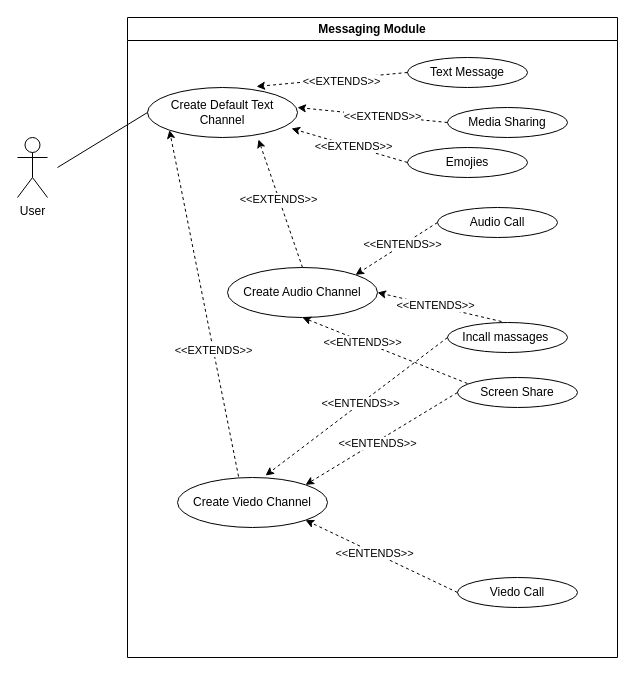
The draw.io diagram Usecase Diagram/Messaging Module.drawio in Harshul1484/BMP-, before the edit. Source tidied: cells renumbered, new cells numbered last; positions are measured from the earlier drawing's top-left corner, leaving out a move shared by most shapes. Both pictures are drawn from the tidied source at 100%, with x=0, y=0 at pixel (17, 17).
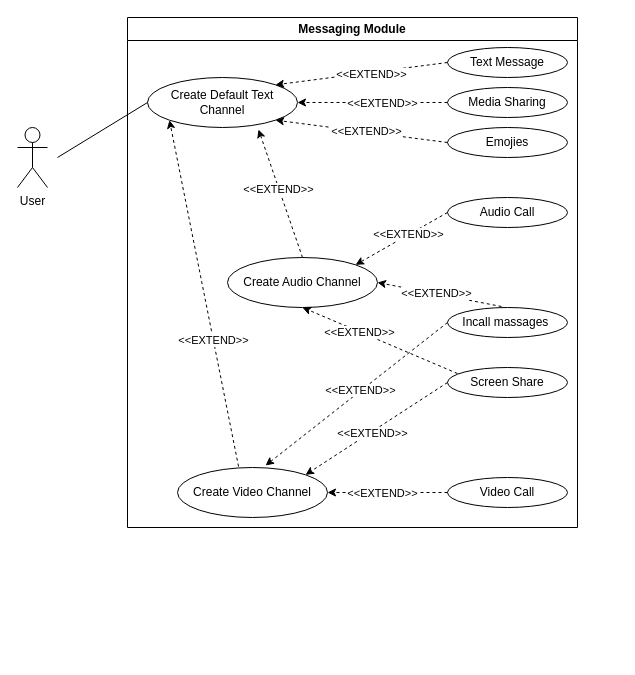
The same diagram, later.

The change refers to these unchanged cells:
```xml
<mxCell id="19" style="endArrow=classic;html=1;rounded=0;exitX=0;exitY=0.5;exitDx=0;exitDy=0;entryX=1;entryY=0;entryDx=0;entryDy=0;dashed=1;" parent="2" edge="1" source="9" target="7">
  <mxGeometry relative="1" as="geometry" />
</mxCell>
<mxCell id="21" style="endArrow=classic;html=1;rounded=0;exitX=0.45;exitY=-0.033;exitDx=0;exitDy=0;exitPerimeter=0;entryX=1;entryY=0.5;entryDx=0;entryDy=0;dashed=1;" parent="2" edge="1" source="10" target="7">
  <mxGeometry relative="1" as="geometry" />
</mxCell>
<mxCell id="23" style="endArrow=classic;html=1;rounded=0;exitX=0;exitY=0.5;exitDx=0;exitDy=0;entryX=0.587;entryY=-0.04;entryDx=0;entryDy=0;entryPerimeter=0;dashed=1;" parent="2" edge="1" source="10" target="8">
  <mxGeometry relative="1" as="geometry" />
</mxCell>
<mxCell id="25" style="endArrow=classic;html=1;rounded=0;exitX=0;exitY=0.5;exitDx=0;exitDy=0;entryX=1;entryY=0;entryDx=0;entryDy=0;dashed=1;" parent="2" edge="1" source="11" target="8">
  <mxGeometry relative="1" as="geometry" />
</mxCell>
<mxCell id="27" style="endArrow=classic;html=1;rounded=0;exitX=0.083;exitY=0.2;exitDx=0;exitDy=0;exitPerimeter=0;entryX=0.5;entryY=1;entryDx=0;entryDy=0;dashed=1;" parent="2" edge="1" source="11" target="7">
  <mxGeometry relative="1" as="geometry" />
</mxCell>
<mxCell id="31" style="endArrow=classic;html=1;rounded=0;exitX=0.5;exitY=0;exitDx=0;exitDy=0;entryX=0.74;entryY=1.04;entryDx=0;entryDy=0;entryPerimeter=0;dashed=1;" parent="2" edge="1" source="7" target="3">
  <mxGeometry relative="1" as="geometry" />
</mxCell>
<mxCell id="33" style="endArrow=classic;html=1;rounded=0;exitX=0.407;exitY=-0.02;exitDx=0;exitDy=0;exitPerimeter=0;entryX=0;entryY=1;entryDx=0;entryDy=0;dashed=1;" parent="2" edge="1" source="8" target="3">
  <mxGeometry relative="1" as="geometry" />
</mxCell>
```

The edit, as a diff of the source:
```diff
@@
-    <mxCell id="2" value="Messaging Module" style="swimlane;whiteSpace=wrap;html=1;" parent="1" vertex="1">
-      <mxGeometry x="110" width="490" height="640" as="geometry" />
+    <mxCell id="2" value="Messaging Module" style="swimlane;whiteSpace=wrap;html=1;fillColor=none;" parent="1" vertex="1">
+      <mxGeometry x="110" width="450" height="510" as="geometry" />
     </mxCell>
-    <mxCell id="3" value="Create Default Text Channel" style="ellipse;whiteSpace=wrap;html=1;" parent="2" vertex="1">
-      <mxGeometry x="20" y="70" width="150" height="50" as="geometry" />
+    <mxCell id="3" value="Create Default Text Channel" style="ellipse;whiteSpace=wrap;html=1;fillColor=none;" parent="2" vertex="1">
+      <mxGeometry x="20" y="60" width="150" height="50" as="geometry" />
     </mxCell>
-    <mxCell id="4" value="Text Message" style="ellipse;whiteSpace=wrap;html=1;" parent="2" vertex="1">
-      <mxGeometry x="280" y="40" width="120" height="30" as="geometry" />
+    <mxCell id="4" value="Text Message" style="ellipse;whiteSpace=wrap;html=1;fillColor=none;" parent="2" vertex="1">
+      <mxGeometry x="320" y="30" width="120" height="30" as="geometry" />
     </mxCell>
-    <mxCell id="5" value="Media Sharing" style="ellipse;whiteSpace=wrap;html=1;" parent="2" vertex="1">
-      <mxGeometry x="320" y="90" width="120" height="30" as="geometry" />
+    <mxCell id="5" value="Media Sharing" style="ellipse;whiteSpace=wrap;html=1;fillColor=none;" parent="2" vertex="1">
+      <mxGeometry x="320" y="70" width="120" height="30" as="geometry" />
     </mxCell>
-    <mxCell id="6" value="Emojies" style="ellipse;whiteSpace=wrap;html=1;" parent="2" vertex="1">
-      <mxGeometry x="280" y="130" width="120" height="30" as="geometry" />
+    <mxCell id="6" value="Emojies" style="ellipse;whiteSpace=wrap;html=1;fillColor=none;" parent="2" vertex="1">
+      <mxGeometry x="320" y="110" width="120" height="30" as="geometry" />
     </mxCell>
-    <mxCell id="7" value="Create Audio Channel" style="ellipse;whiteSpace=wrap;html=1;" parent="2" vertex="1">
-      <mxGeometry x="100" y="250" width="150" height="50" as="geometry" />
+    <mxCell id="7" value="Create Audio Channel" style="ellipse;whiteSpace=wrap;html=1;fillColor=none;" parent="2" vertex="1">
+      <mxGeometry x="100" y="240" width="150" height="50" as="geometry" />
     </mxCell>
-    <mxCell id="8" value="Create Viedo Channel" style="ellipse;whiteSpace=wrap;html=1;" parent="2" vertex="1">
-      <mxGeometry x="50" y="460" width="150" height="50" as="geometry" />
+    <mxCell id="8" value="Create Video Channel" style="ellipse;whiteSpace=wrap;html=1;fillColor=none;" parent="2" vertex="1">
+      <mxGeometry x="50" y="450" width="150" height="50" as="geometry" />
     </mxCell>
-    <mxCell id="9" value="Audio Call" style="ellipse;whiteSpace=wrap;html=1;" parent="2" vertex="1">
-      <mxGeometry x="310" y="190" width="120" height="30" as="geometry" />
+    <mxCell id="9" value="Audio Call" style="ellipse;whiteSpace=wrap;html=1;fillColor=none;" parent="2" vertex="1">
+      <mxGeometry x="320" y="180" width="120" height="30" as="geometry" />
     </mxCell>
-    <mxCell id="10" value="Incall&amp;nbsp;massages&amp;nbsp;" style="ellipse;whiteSpace=wrap;html=1;" parent="2" vertex="1">
-      <mxGeometry x="320" y="305" width="120" height="30" as="geometry" />
+    <mxCell id="10" value="Incall&amp;nbsp;massages&amp;nbsp;" style="ellipse;whiteSpace=wrap;html=1;fillColor=none;" parent="2" vertex="1">
+      <mxGeometry x="320" y="290" width="120" height="30" as="geometry" />
     </mxCell>
-    <mxCell id="11" value="Screen Share" style="ellipse;whiteSpace=wrap;html=1;" parent="2" vertex="1">
-      <mxGeometry x="330" y="360" width="120" height="30" as="geometry" />
+    <mxCell id="11" value="Screen Share" style="ellipse;whiteSpace=wrap;html=1;fillColor=none;" parent="2" vertex="1">
+      <mxGeometry x="320" y="350" width="120" height="30" as="geometry" />
     </mxCell>
-    <mxCell id="12" value="Viedo Call" style="ellipse;whiteSpace=wrap;html=1;" parent="2" vertex="1">
-      <mxGeometry x="330" y="560" width="120" height="30" as="geometry" />
+    <mxCell id="12" value="Video Call" style="ellipse;whiteSpace=wrap;html=1;fillColor=none;" parent="2" vertex="1">
+      <mxGeometry x="320" y="460" width="120" height="30" as="geometry" />
     </mxCell>
-    <mxCell id="13" style="endArrow=classic;html=1;rounded=0;exitX=0;exitY=0.5;exitDx=0;exitDy=0;entryX=0.727;entryY=-0.02;entryDx=0;entryDy=0;entryPerimeter=0;dashed=1;" parent="2" edge="1" source="4" target="3">
+    <mxCell id="13" style="endArrow=classic;html=1;rounded=0;exitX=0;exitY=0.5;exitDx=0;exitDy=0;entryX=1;entryY=0;entryDx=0;entryDy=0;dashed=1;" parent="2" edge="1" source="4" target="3">
       <mxGeometry relative="1" as="geometry" />
     </mxCell>
-    <mxCell id="14" value="&amp;lt;&amp;lt;EXTENDS&amp;gt;&amp;gt;" style="edgeLabel;html=1;align=center;verticalAlign=middle;" parent="13" vertex="1">
+    <mxCell id="14" value="&amp;lt;&amp;lt;EXTEND&amp;gt;&amp;gt;" style="edgeLabel;html=1;align=center;verticalAlign=middle;" parent="13" vertex="1">
       <mxGeometry x="-0.11" y="2" relative="1" as="geometry" />
     </mxCell>
-    <mxCell id="15" style="endArrow=classic;html=1;rounded=0;exitX=0;exitY=0.5;exitDx=0;exitDy=0;dashed=1;" parent="2" edge="1" source="5">
-      <mxGeometry relative="1" as="geometry">
-        <mxPoint x="170" y="90" as="targetPoint" />
-      </mxGeometry>
+    <mxCell id="15" style="endArrow=classic;html=1;rounded=0;exitX=0;exitY=0.5;exitDx=0;exitDy=0;dashed=1;entryX=1;entryY=0.5;entryDx=0;entryDy=0;" parent="2" edge="1" source="5" target="3">
+      <mxGeometry relative="1" as="geometry" />
     </mxCell>
-    <mxCell id="16" value="&amp;lt;&amp;lt;EXTENDS&amp;gt;&amp;gt;" style="edgeLabel;html=1;align=center;verticalAlign=middle;" parent="15" vertex="1">
+    <mxCell id="16" value="&amp;lt;&amp;lt;EXTEND&amp;gt;&amp;gt;" style="edgeLabel;html=1;align=center;verticalAlign=middle;" parent="15" vertex="1">
       <mxGeometry x="-0.12" relative="1" as="geometry" />
     </mxCell>
-    <mxCell id="17" style="endArrow=classic;html=1;rounded=0;exitX=0;exitY=0.5;exitDx=0;exitDy=0;entryX=0.96;entryY=0.82;entryDx=0;entryDy=0;entryPerimeter=0;dashed=1;" parent="2" edge="1" source="6" target="3">
+    <mxCell id="17" style="endArrow=classic;html=1;rounded=0;exitX=0;exitY=0.5;exitDx=0;exitDy=0;entryX=1;entryY=1;entryDx=0;entryDy=0;dashed=1;" parent="2" edge="1" source="6" target="3">
       <mxGeometry relative="1" as="geometry" />
     </mxCell>
-    <mxCell id="18" value="&amp;lt;&amp;lt;EXTENDS&amp;gt;&amp;gt;" style="edgeLabel;html=1;align=center;verticalAlign=middle;" parent="17" vertex="1">
+    <mxCell id="18" value="&amp;lt;&amp;lt;EXTEND&amp;gt;&amp;gt;" style="edgeLabel;html=1;align=center;verticalAlign=middle;" parent="17" vertex="1">
       <mxGeometry x="-0.06" y="-1" relative="1" as="geometry" />
     </mxCell>
@@
-    <mxCell id="20" value="&amp;lt;&amp;lt;ENTENDS&amp;gt;&amp;gt;" style="edgeLabel;html=1;align=center;verticalAlign=middle;" parent="19" vertex="1">
+    <mxCell id="20" value="&amp;lt;&amp;lt;EXTEND&amp;gt;&amp;gt;" style="edgeLabel;html=1;align=center;verticalAlign=middle;" parent="19" vertex="1">
       <mxGeometry x="-0.14" y="-1" relative="1" as="geometry" />
     </mxCell>
@@
-    <mxCell id="22" value="&amp;lt;&amp;lt;ENTENDS&amp;gt;&amp;gt;" style="edgeLabel;html=1;align=center;verticalAlign=middle;" parent="21" vertex="1">
+    <mxCell id="22" value="&amp;lt;&amp;lt;EXTEND&amp;gt;&amp;gt;" style="edgeLabel;html=1;align=center;verticalAlign=middle;" parent="21" vertex="1">
       <mxGeometry x="0.05" y="-1" relative="1" as="geometry">
         <mxPoint x="-1" as="offset" />
       </mxGeometry>
     </mxCell>
@@
-    <mxCell id="24" value="&amp;lt;&amp;lt;ENTENDS&amp;gt;&amp;gt;" style="edgeLabel;html=1;align=center;verticalAlign=middle;" parent="23" vertex="1">
+    <mxCell id="24" value="&amp;lt;&amp;lt;EXTEND&amp;gt;&amp;gt;" style="edgeLabel;html=1;align=center;verticalAlign=middle;" parent="23" vertex="1">
       <mxGeometry x="-0.05" relative="1" as="geometry">
         <mxPoint x="-1" as="offset" />
       </mxGeometry>
     </mxCell>
@@
-    <mxCell id="26" value="&amp;lt;&amp;lt;ENTENDS&amp;gt;&amp;gt;" style="edgeLabel;html=1;align=center;verticalAlign=middle;" parent="25" vertex="1">
+    <mxCell id="26" value="&amp;lt;&amp;lt;EXTEND&amp;gt;&amp;gt;" style="edgeLabel;html=1;align=center;verticalAlign=middle;" parent="25" vertex="1">
       <mxGeometry x="0.07" y="1" relative="1" as="geometry" />
     </mxCell>
@@
-    <mxCell id="28" value="&amp;lt;&amp;lt;ENTENDS&amp;gt;&amp;gt;" style="edgeLabel;html=1;align=center;verticalAlign=middle;" parent="27" vertex="1">
+    <mxCell id="28" value="&amp;lt;&amp;lt;EXTEND&amp;gt;&amp;gt;" style="edgeLabel;html=1;align=center;verticalAlign=middle;" parent="27" vertex="1">
       <mxGeometry x="0.27" y="1" relative="1" as="geometry" />
     </mxCell>
-    <mxCell id="29" style="endArrow=classic;html=1;rounded=0;exitX=0;exitY=0.5;exitDx=0;exitDy=0;entryX=1;entryY=1;entryDx=0;entryDy=0;dashed=1;" parent="2" edge="1" source="12" target="8">
+    <mxCell id="29" style="endArrow=classic;html=1;rounded=0;exitX=0;exitY=0.5;exitDx=0;exitDy=0;entryX=1;entryY=0.5;entryDx=0;entryDy=0;dashed=1;" parent="2" edge="1" source="12" target="8">
       <mxGeometry relative="1" as="geometry" />
     </mxCell>
-    <mxCell id="30" value="&amp;lt;&amp;lt;ENTENDS&amp;gt;&amp;gt;" style="edgeLabel;html=1;align=center;verticalAlign=middle;" parent="29" vertex="1">
+    <mxCell id="30" value="&amp;lt;&amp;lt;EXTEND&amp;gt;&amp;gt;" style="edgeLabel;html=1;align=center;verticalAlign=middle;" parent="29" vertex="1">
       <mxGeometry x="0.1" relative="1" as="geometry" />
     </mxCell>
@@
-    <mxCell id="32" value="&amp;lt;&amp;lt;EXTENDS&amp;gt;&amp;gt;" style="edgeLabel;html=1;align=center;verticalAlign=middle;" parent="31" vertex="1">
+    <mxCell id="32" value="&amp;lt;&amp;lt;EXTEND&amp;gt;&amp;gt;" style="edgeLabel;html=1;align=center;verticalAlign=middle;" parent="31" vertex="1">
       <mxGeometry x="0.08" y="1" relative="1" as="geometry" />
     </mxCell>
@@
-    <mxCell id="34" value="&amp;lt;&amp;lt;EXTENDS&amp;gt;&amp;gt;" style="edgeLabel;html=1;align=center;verticalAlign=middle;" parent="33" vertex="1">
+    <mxCell id="34" value="&amp;lt;&amp;lt;EXTEND&amp;gt;&amp;gt;" style="edgeLabel;html=1;align=center;verticalAlign=middle;" parent="33" vertex="1">
       <mxGeometry x="-0.27" relative="1" as="geometry" />
     </mxCell>
-    <mxCell id="35" value="User" style="shape=umlActor;verticalLabelPosition=bottom;verticalAlign=top;html=1;" parent="1" vertex="1">
-      <mxGeometry y="120" width="30" height="60" as="geometry" />
+    <mxCell id="35" value="User" style="shape=umlActor;verticalLabelPosition=bottom;verticalAlign=top;html=1;fillColor=none;" parent="1" vertex="1">
+      <mxGeometry y="110" width="30" height="60" as="geometry" />
     </mxCell>
     <mxCell id="36" style="endArrow=none;html=1;rounded=0;entryX=0;entryY=0.5;entryDx=0;entryDy=0;" parent="1" edge="1" target="3">
       <mxGeometry relative="1" as="geometry">
-        <mxPoint x="40" y="150" as="sourcePoint" />
+        <mxPoint x="40" y="140" as="sourcePoint" />
       </mxGeometry>
     </mxCell>
```
